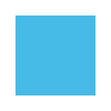
The draw.io diagram draw/draw-47BBE7.png in web1992/read, before a commit. Source tidied: cells renumbered, new cells last; positions are measured from the earlier drawing's top-left corner, leaving out a move shared by most shapes.
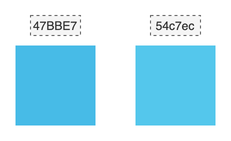
After the commit.

What changed in the source:
```diff
@@ -5,5 +5,14 @@
     <mxCell id="2" style="rounded=0;whiteSpace=wrap;html=1;fillColor=#47BBE7;strokeColor=none;" parent="1" vertex="1">
       <mxGeometry width="80" height="80" as="geometry" />
     </mxCell>
+    <mxCell id="3" style="whiteSpace=wrap;html=1;strokeColor=none;fillColor=#54c7ec;" parent="1" vertex="1">
+      <mxGeometry x="120" width="80" height="80" as="geometry" />
+    </mxCell>
+    <mxCell id="4" value="54c7ec" style="text;html=1;align=center;verticalAlign=middle;whiteSpace=wrap;rounded=0;fillColor=#f5f5f5;strokeColor=#666666;fontColor=#333333;dashed=1;" parent="1" vertex="1">
+      <mxGeometry x="135" y="-30" width="50" height="20" as="geometry" />
+    </mxCell>
+    <mxCell id="5" value="47BBE7" style="text;html=1;align=center;verticalAlign=middle;whiteSpace=wrap;rounded=0;fillColor=#f5f5f5;strokeColor=#666666;fontColor=#333333;dashed=1;" parent="1" vertex="1">
+      <mxGeometry x="15" y="-30" width="50" height="20" as="geometry" />
+    </mxCell>
   </root>
 </mxGraphModel>
```
